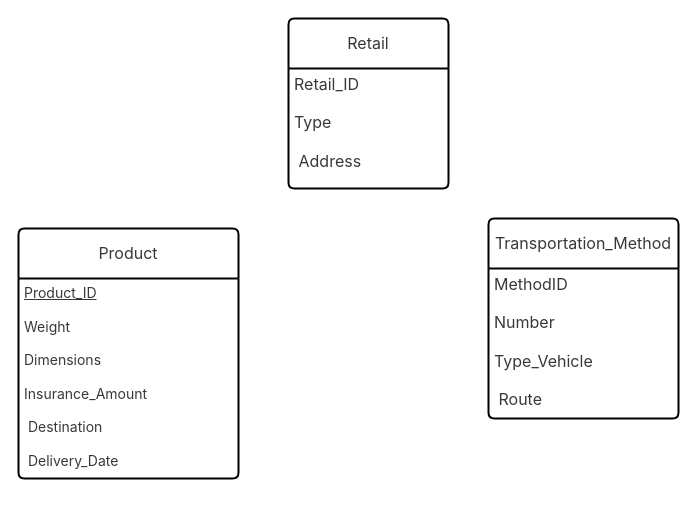
The draw.io diagram Q5.drawio in Amin-Shams/draw-io, before the edit. Source tidied: cells renumbered, new cells numbered last; positions are measured from the earlier drawing's top-left corner, leaving out a move shared by most shapes. Both pictures are drawn from the tidied source at 100%, with x=0, y=0 at pixel (18, 18).
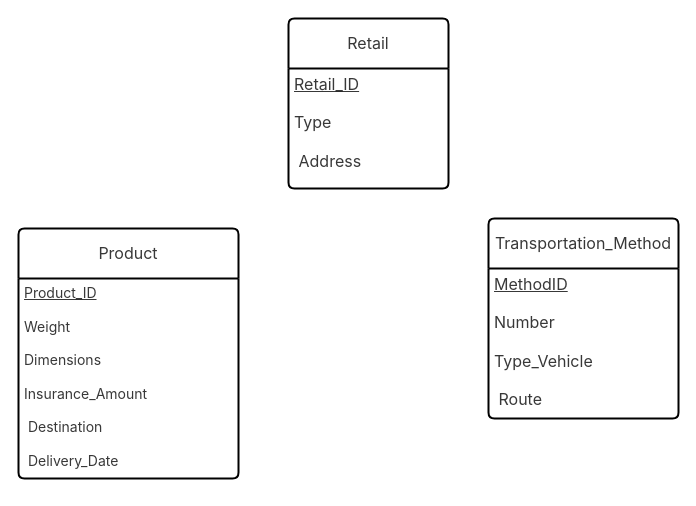
Above is the later version.

Commit message:
specify PK for entity sets in Q5.drawio

What changed in the source:
```diff
@@
 <mxGraphModel>
   <root>
     <mxCell id="0" />
     <mxCell id="1" parent="0" />
     <mxCell id="2" value="&lt;span style=&quot;color: rgba(0, 0, 0, 0.78); font-family: &amp;quot;DM Sans&amp;quot;, -apple-system, BlinkMacSystemFont, &amp;quot;Segoe UI&amp;quot;, Helvetica, Arial, sans-serif, &amp;quot;Apple Color Emoji&amp;quot;, &amp;quot;Segoe UI Emoji&amp;quot;; font-size: 16px; text-align: right; background-color: rgb(255, 255, 255);&quot;&gt;Product&lt;/span&gt;" style="swimlane;horizontal=1;startSize=50;rounded=1;fontSize=14;fontStyle=0;strokeWidth=2;shadow=0;dashed=0;align=center;arcSize=4;whiteSpace=wrap;html=1;" parent="1" vertex="1">
       <mxGeometry y="210" width="220" height="250" as="geometry" />
     </mxCell>
     <mxCell id="3" value="&lt;span style=&quot;color: rgba(0, 0, 0, 0.78); font-family: &amp;quot;DM Sans&amp;quot;, -apple-system, BlinkMacSystemFont, &amp;quot;Segoe UI&amp;quot;, Helvetica, Arial, sans-serif, &amp;quot;Apple Color Emoji&amp;quot;, &amp;quot;Segoe UI Emoji&amp;quot;; font-size: 14px; text-align: right; text-wrap: wrap; background-color: rgb(255, 255, 255);&quot;&gt;&lt;u&gt;Product_ID&lt;/u&gt;&lt;/span&gt;&lt;div&gt;&lt;div style=&quot;text-align: right;&quot;&gt;&lt;font face=&quot;DM Sans, -apple-system, BlinkMacSystemFont, Segoe UI, Helvetica, Arial, sans-serif, Apple Color Emoji, Segoe UI Emoji&quot; color=&quot;rgba(0, 0, 0, 0.78)&quot;&gt;&lt;span style=&quot;font-size: 14px; text-wrap: wrap;&quot;&gt;&lt;br&gt;&lt;/span&gt;&lt;/font&gt;&lt;/div&gt;&lt;div&gt;&lt;span style=&quot;color: rgba(0, 0, 0, 0.78); font-family: &amp;quot;DM Sans&amp;quot;, -apple-system, BlinkMacSystemFont, &amp;quot;Segoe UI&amp;quot;, Helvetica, Arial, sans-serif, &amp;quot;Apple Color Emoji&amp;quot;, &amp;quot;Segoe UI Emoji&amp;quot;; font-size: 14px; text-align: right; text-wrap: wrap; background-color: rgb(255, 255, 255);&quot;&gt;Weight&lt;/span&gt;&lt;/div&gt;&lt;div&gt;&lt;span style=&quot;color: rgba(0, 0, 0, 0.78); font-family: &amp;quot;DM Sans&amp;quot;, -apple-system, BlinkMacSystemFont, &amp;quot;Segoe UI&amp;quot;, Helvetica, Arial, sans-serif, &amp;quot;Apple Color Emoji&amp;quot;, &amp;quot;Segoe UI Emoji&amp;quot;; font-size: 14px; text-align: right; text-wrap: wrap; background-color: rgb(255, 255, 255);&quot;&gt;&lt;br&gt;&lt;/span&gt;&lt;/div&gt;&lt;div&gt;&lt;span style=&quot;color: rgba(0, 0, 0, 0.78); font-family: &amp;quot;DM Sans&amp;quot;, -apple-system, BlinkMacSystemFont, &amp;quot;Segoe UI&amp;quot;, Helvetica, Arial, sans-serif, &amp;quot;Apple Color Emoji&amp;quot;, &amp;quot;Segoe UI Emoji&amp;quot;; font-size: 14px; text-align: right; text-wrap: wrap; background-color: rgb(255, 255, 255);&quot;&gt;Dimensions&lt;/span&gt;&lt;/div&gt;&lt;div&gt;&lt;span style=&quot;color: rgba(0, 0, 0, 0.78); font-family: &amp;quot;DM Sans&amp;quot;, -apple-system, BlinkMacSystemFont, &amp;quot;Segoe UI&amp;quot;, Helvetica, Arial, sans-serif, &amp;quot;Apple Color Emoji&amp;quot;, &amp;quot;Segoe UI Emoji&amp;quot;; font-size: 14px; text-align: right; text-wrap: wrap; background-color: rgb(255, 255, 255);&quot;&gt;&lt;br&gt;&lt;/span&gt;&lt;/div&gt;&lt;div&gt;&lt;span style=&quot;color: rgba(0, 0, 0, 0.78); font-family: &amp;quot;DM Sans&amp;quot;, -apple-system, BlinkMacSystemFont, &amp;quot;Segoe UI&amp;quot;, Helvetica, Arial, sans-serif, &amp;quot;Apple Color Emoji&amp;quot;, &amp;quot;Segoe UI Emoji&amp;quot;; font-size: 14px; text-align: right; text-wrap: wrap; background-color: rgb(255, 255, 255);&quot;&gt;Insurance_Amount&lt;/span&gt;&lt;/div&gt;&lt;div&gt;&lt;span style=&quot;color: rgba(0, 0, 0, 0.78); font-family: &amp;quot;DM Sans&amp;quot;, -apple-system, BlinkMacSystemFont, &amp;quot;Segoe UI&amp;quot;, Helvetica, Arial, sans-serif, &amp;quot;Apple Color Emoji&amp;quot;, &amp;quot;Segoe UI Emoji&amp;quot;; font-size: 14px; text-align: right; text-wrap: wrap; background-color: rgb(255, 255, 255);&quot;&gt;&lt;br&gt;&lt;/span&gt;&lt;/div&gt;&lt;div&gt;&lt;span style=&quot;color: rgba(0, 0, 0, 0.78); font-family: &amp;quot;DM Sans&amp;quot;, -apple-system, BlinkMacSystemFont, &amp;quot;Segoe UI&amp;quot;, Helvetica, Arial, sans-serif, &amp;quot;Apple Color Emoji&amp;quot;, &amp;quot;Segoe UI Emoji&amp;quot;; font-size: 14px; text-align: right; text-wrap: wrap; background-color: rgb(255, 255, 255);&quot;&gt;&amp;nbsp;Destination&lt;/span&gt;&lt;/div&gt;&lt;div&gt;&lt;span style=&quot;color: rgba(0, 0, 0, 0.78); font-family: &amp;quot;DM Sans&amp;quot;, -apple-system, BlinkMacSystemFont, &amp;quot;Segoe UI&amp;quot;, Helvetica, Arial, sans-serif, &amp;quot;Apple Color Emoji&amp;quot;, &amp;quot;Segoe UI Emoji&amp;quot;; font-size: 14px; text-align: right; text-wrap: wrap; background-color: rgb(255, 255, 255);&quot;&gt;&lt;br&gt;&lt;/span&gt;&lt;/div&gt;&lt;div&gt;&lt;span style=&quot;color: rgba(0, 0, 0, 0.78); font-family: &amp;quot;DM Sans&amp;quot;, -apple-system, BlinkMacSystemFont, &amp;quot;Segoe UI&amp;quot;, Helvetica, Arial, sans-serif, &amp;quot;Apple Color Emoji&amp;quot;, &amp;quot;Segoe UI Emoji&amp;quot;; font-size: 14px; text-align: right; text-wrap: wrap; background-color: rgb(255, 255, 255);&quot;&gt;&amp;nbsp;Delivery_Date&lt;/span&gt;&lt;/div&gt;&lt;/div&gt;" style="align=left;strokeColor=none;fillColor=none;spacingLeft=4;fontSize=12;verticalAlign=top;html=1;" parent="2" vertex="1">
       <mxGeometry y="50" width="220" height="200" as="geometry" />
     </mxCell>
     <mxCell id="4" style="edgeStyle=none;curved=1;rounded=0;orthogonalLoop=1;jettySize=auto;html=1;exitX=0.5;exitY=1;exitDx=0;exitDy=0;fontSize=12;startSize=8;endSize=8;" parent="2" edge="1" source="3" target="3">
       <mxGeometry relative="1" as="geometry" />
     </mxCell>
     <mxCell id="5" value="&lt;span style=&quot;color: rgba(0, 0, 0, 0.78); font-family: &amp;quot;DM Sans&amp;quot;, -apple-system, BlinkMacSystemFont, &amp;quot;Segoe UI&amp;quot;, Helvetica, Arial, sans-serif, &amp;quot;Apple Color Emoji&amp;quot;, &amp;quot;Segoe UI Emoji&amp;quot;; font-size: 16px; text-align: right; background-color: rgb(255, 255, 255);&quot;&gt;Retail&lt;/span&gt;" style="swimlane;horizontal=1;startSize=50;rounded=1;fontSize=14;fontStyle=0;strokeWidth=2;shadow=0;dashed=0;align=center;arcSize=4;whiteSpace=wrap;html=1;" parent="1" vertex="1">
       <mxGeometry x="270" width="160" height="170" as="geometry" />
     </mxCell>
-    <mxCell id="6" value="&lt;span style=&quot;color: rgba(0, 0, 0, 0.78); font-family: &amp;quot;DM Sans&amp;quot;, -apple-system, BlinkMacSystemFont, &amp;quot;Segoe UI&amp;quot;, Helvetica, Arial, sans-serif, &amp;quot;Apple Color Emoji&amp;quot;, &amp;quot;Segoe UI Emoji&amp;quot;; font-size: 16px; text-align: right; text-wrap: wrap; background-color: rgb(255, 255, 255);&quot;&gt;Retail_ID&lt;/span&gt;&lt;div&gt;&lt;div style=&quot;text-align: right;&quot;&gt;&lt;font face=&quot;DM Sans, -apple-system, BlinkMacSystemFont, Segoe UI, Helvetica, Arial, sans-serif, Apple Color Emoji, Segoe UI Emoji&quot; color=&quot;rgba(0, 0, 0, 0.78)&quot;&gt;&lt;span style=&quot;font-size: 16px; text-wrap: wrap;&quot;&gt;&lt;br&gt;&lt;/span&gt;&lt;/font&gt;&lt;/div&gt;&lt;div&gt;&lt;span style=&quot;color: rgba(0, 0, 0, 0.78); font-family: &amp;quot;DM Sans&amp;quot;, -apple-system, BlinkMacSystemFont, &amp;quot;Segoe UI&amp;quot;, Helvetica, Arial, sans-serif, &amp;quot;Apple Color Emoji&amp;quot;, &amp;quot;Segoe UI Emoji&amp;quot;; font-size: 16px; text-align: right; text-wrap: wrap; background-color: rgb(255, 255, 255);&quot;&gt;Type&lt;/span&gt;&lt;/div&gt;&lt;div&gt;&lt;span style=&quot;color: rgba(0, 0, 0, 0.78); font-family: &amp;quot;DM Sans&amp;quot;, -apple-system, BlinkMacSystemFont, &amp;quot;Segoe UI&amp;quot;, Helvetica, Arial, sans-serif, &amp;quot;Apple Color Emoji&amp;quot;, &amp;quot;Segoe UI Emoji&amp;quot;; font-size: 16px; text-align: right; text-wrap: wrap; background-color: rgb(255, 255, 255);&quot;&gt;&lt;br&gt;&lt;/span&gt;&lt;/div&gt;&lt;div&gt;&lt;span style=&quot;color: rgba(0, 0, 0, 0.78); font-family: &amp;quot;DM Sans&amp;quot;, -apple-system, BlinkMacSystemFont, &amp;quot;Segoe UI&amp;quot;, Helvetica, Arial, sans-serif, &amp;quot;Apple Color Emoji&amp;quot;, &amp;quot;Segoe UI Emoji&amp;quot;; font-size: 16px; text-align: right; text-wrap: wrap; background-color: rgb(255, 255, 255);&quot;&gt;&amp;nbsp;Address&lt;/span&gt;&lt;/div&gt;&lt;/div&gt;" style="align=left;strokeColor=none;fillColor=none;spacingLeft=4;fontSize=12;verticalAlign=top;html=1;" parent="5" vertex="1">
+    <mxCell id="6" value="&lt;span style=&quot;color: rgba(0, 0, 0, 0.78); font-family: &amp;quot;DM Sans&amp;quot;, -apple-system, BlinkMacSystemFont, &amp;quot;Segoe UI&amp;quot;, Helvetica, Arial, sans-serif, &amp;quot;Apple Color Emoji&amp;quot;, &amp;quot;Segoe UI Emoji&amp;quot;; font-size: 16px; text-align: right; text-wrap: wrap; background-color: rgb(255, 255, 255);&quot;&gt;&lt;u&gt;Retail_ID&lt;/u&gt;&lt;/span&gt;&lt;div&gt;&lt;div style=&quot;text-align: right;&quot;&gt;&lt;font face=&quot;DM Sans, -apple-system, BlinkMacSystemFont, Segoe UI, Helvetica, Arial, sans-serif, Apple Color Emoji, Segoe UI Emoji&quot; color=&quot;rgba(0, 0, 0, 0.78)&quot;&gt;&lt;span style=&quot;font-size: 16px; text-wrap: wrap;&quot;&gt;&lt;br&gt;&lt;/span&gt;&lt;/font&gt;&lt;/div&gt;&lt;div&gt;&lt;span style=&quot;color: rgba(0, 0, 0, 0.78); font-family: &amp;quot;DM Sans&amp;quot;, -apple-system, BlinkMacSystemFont, &amp;quot;Segoe UI&amp;quot;, Helvetica, Arial, sans-serif, &amp;quot;Apple Color Emoji&amp;quot;, &amp;quot;Segoe UI Emoji&amp;quot;; font-size: 16px; text-align: right; text-wrap: wrap; background-color: rgb(255, 255, 255);&quot;&gt;Type&lt;/span&gt;&lt;/div&gt;&lt;div&gt;&lt;span style=&quot;color: rgba(0, 0, 0, 0.78); font-family: &amp;quot;DM Sans&amp;quot;, -apple-system, BlinkMacSystemFont, &amp;quot;Segoe UI&amp;quot;, Helvetica, Arial, sans-serif, &amp;quot;Apple Color Emoji&amp;quot;, &amp;quot;Segoe UI Emoji&amp;quot;; font-size: 16px; text-align: right; text-wrap: wrap; background-color: rgb(255, 255, 255);&quot;&gt;&lt;br&gt;&lt;/span&gt;&lt;/div&gt;&lt;div&gt;&lt;span style=&quot;color: rgba(0, 0, 0, 0.78); font-family: &amp;quot;DM Sans&amp;quot;, -apple-system, BlinkMacSystemFont, &amp;quot;Segoe UI&amp;quot;, Helvetica, Arial, sans-serif, &amp;quot;Apple Color Emoji&amp;quot;, &amp;quot;Segoe UI Emoji&amp;quot;; font-size: 16px; text-align: right; text-wrap: wrap; background-color: rgb(255, 255, 255);&quot;&gt;&amp;nbsp;Address&lt;/span&gt;&lt;/div&gt;&lt;/div&gt;" style="align=left;strokeColor=none;fillColor=none;spacingLeft=4;fontSize=12;verticalAlign=top;html=1;" parent="5" vertex="1">
       <mxGeometry y="50" width="160" height="120" as="geometry" />
     </mxCell>
     <mxCell id="7" value="&lt;span style=&quot;color: rgba(0, 0, 0, 0.78); font-family: &amp;quot;DM Sans&amp;quot;, -apple-system, BlinkMacSystemFont, &amp;quot;Segoe UI&amp;quot;, Helvetica, Arial, sans-serif, &amp;quot;Apple Color Emoji&amp;quot;, &amp;quot;Segoe UI Emoji&amp;quot;; font-size: 16px; text-align: right; background-color: rgb(255, 255, 255);&quot;&gt;Transportation_Method&lt;/span&gt;" style="swimlane;horizontal=1;startSize=50;rounded=1;fontSize=14;fontStyle=0;strokeWidth=2;shadow=0;dashed=0;align=center;arcSize=4;whiteSpace=wrap;html=1;" parent="1" vertex="1">
       <mxGeometry x="470" y="200" width="190" height="200" as="geometry" />
     </mxCell>
-    <mxCell id="8" value="&lt;span style=&quot;color: rgba(0, 0, 0, 0.78); font-family: &amp;quot;DM Sans&amp;quot;, -apple-system, BlinkMacSystemFont, &amp;quot;Segoe UI&amp;quot;, Helvetica, Arial, sans-serif, &amp;quot;Apple Color Emoji&amp;quot;, &amp;quot;Segoe UI Emoji&amp;quot;; font-size: 16px; text-align: right; text-wrap: wrap; background-color: rgb(255, 255, 255);&quot;&gt;MethodID&lt;/span&gt;&lt;div&gt;&lt;div style=&quot;text-align: right;&quot;&gt;&lt;font face=&quot;DM Sans, -apple-system, BlinkMacSystemFont, Segoe UI, Helvetica, Arial, sans-serif, Apple Color Emoji, Segoe UI Emoji&quot; color=&quot;rgba(0, 0, 0, 0.78)&quot;&gt;&lt;span style=&quot;font-size: 16px; text-wrap: wrap;&quot;&gt;&lt;br&gt;&lt;/span&gt;&lt;/font&gt;&lt;/div&gt;&lt;div&gt;&lt;span style=&quot;color: rgba(0, 0, 0, 0.78); font-family: &amp;quot;DM Sans&amp;quot;, -apple-system, BlinkMacSystemFont, &amp;quot;Segoe UI&amp;quot;, Helvetica, Arial, sans-serif, &amp;quot;Apple Color Emoji&amp;quot;, &amp;quot;Segoe UI Emoji&amp;quot;; font-size: 16px; text-align: right; text-wrap: wrap; background-color: rgb(255, 255, 255);&quot;&gt;Number&lt;/span&gt;&lt;/div&gt;&lt;div&gt;&lt;span style=&quot;color: rgba(0, 0, 0, 0.78); font-family: &amp;quot;DM Sans&amp;quot;, -apple-system, BlinkMacSystemFont, &amp;quot;Segoe UI&amp;quot;, Helvetica, Arial, sans-serif, &amp;quot;Apple Color Emoji&amp;quot;, &amp;quot;Segoe UI Emoji&amp;quot;; font-size: 16px; text-align: right; text-wrap: wrap; background-color: rgb(255, 255, 255);&quot;&gt;&lt;br&gt;&lt;/span&gt;&lt;/div&gt;&lt;div&gt;&lt;span style=&quot;color: rgba(0, 0, 0, 0.78); font-family: &amp;quot;DM Sans&amp;quot;, -apple-system, BlinkMacSystemFont, &amp;quot;Segoe UI&amp;quot;, Helvetica, Arial, sans-serif, &amp;quot;Apple Color Emoji&amp;quot;, &amp;quot;Segoe UI Emoji&amp;quot;; font-size: 16px; text-align: right; text-wrap: wrap; background-color: rgb(255, 255, 255);&quot;&gt;Type_Vehicle&lt;/span&gt;&lt;/div&gt;&lt;div&gt;&lt;span style=&quot;color: rgba(0, 0, 0, 0.78); font-family: &amp;quot;DM Sans&amp;quot;, -apple-system, BlinkMacSystemFont, &amp;quot;Segoe UI&amp;quot;, Helvetica, Arial, sans-serif, &amp;quot;Apple Color Emoji&amp;quot;, &amp;quot;Segoe UI Emoji&amp;quot;; font-size: 16px; text-align: right; text-wrap: wrap; background-color: rgb(255, 255, 255);&quot;&gt;&lt;br&gt;&lt;/span&gt;&lt;/div&gt;&lt;div&gt;&lt;span style=&quot;color: rgba(0, 0, 0, 0.78); font-family: &amp;quot;DM Sans&amp;quot;, -apple-system, BlinkMacSystemFont, &amp;quot;Segoe UI&amp;quot;, Helvetica, Arial, sans-serif, &amp;quot;Apple Color Emoji&amp;quot;, &amp;quot;Segoe UI Emoji&amp;quot;; font-size: 16px; text-align: right; text-wrap: wrap; background-color: rgb(255, 255, 255);&quot;&gt;&amp;nbsp;Route&lt;/span&gt;&lt;/div&gt;&lt;/div&gt;" style="align=left;strokeColor=none;fillColor=none;spacingLeft=4;fontSize=12;verticalAlign=top;html=1;" parent="7" vertex="1">
+    <mxCell id="8" value="&lt;span style=&quot;color: rgba(0, 0, 0, 0.78); font-family: &amp;quot;DM Sans&amp;quot;, -apple-system, BlinkMacSystemFont, &amp;quot;Segoe UI&amp;quot;, Helvetica, Arial, sans-serif, &amp;quot;Apple Color Emoji&amp;quot;, &amp;quot;Segoe UI Emoji&amp;quot;; font-size: 16px; text-align: right; text-wrap: wrap; background-color: rgb(255, 255, 255);&quot;&gt;&lt;u&gt;MethodID&lt;/u&gt;&lt;/span&gt;&lt;div&gt;&lt;div style=&quot;text-align: right;&quot;&gt;&lt;font face=&quot;DM Sans, -apple-system, BlinkMacSystemFont, Segoe UI, Helvetica, Arial, sans-serif, Apple Color Emoji, Segoe UI Emoji&quot; color=&quot;rgba(0, 0, 0, 0.78)&quot;&gt;&lt;span style=&quot;font-size: 16px; text-wrap: wrap;&quot;&gt;&lt;br&gt;&lt;/span&gt;&lt;/font&gt;&lt;/div&gt;&lt;div&gt;&lt;span style=&quot;color: rgba(0, 0, 0, 0.78); font-family: &amp;quot;DM Sans&amp;quot;, -apple-system, BlinkMacSystemFont, &amp;quot;Segoe UI&amp;quot;, Helvetica, Arial, sans-serif, &amp;quot;Apple Color Emoji&amp;quot;, &amp;quot;Segoe UI Emoji&amp;quot;; font-size: 16px; text-align: right; text-wrap: wrap; background-color: rgb(255, 255, 255);&quot;&gt;Number&lt;/span&gt;&lt;/div&gt;&lt;div&gt;&lt;span style=&quot;color: rgba(0, 0, 0, 0.78); font-family: &amp;quot;DM Sans&amp;quot;, -apple-system, BlinkMacSystemFont, &amp;quot;Segoe UI&amp;quot;, Helvetica, Arial, sans-serif, &amp;quot;Apple Color Emoji&amp;quot;, &amp;quot;Segoe UI Emoji&amp;quot;; font-size: 16px; text-align: right; text-wrap: wrap; background-color: rgb(255, 255, 255);&quot;&gt;&lt;br&gt;&lt;/span&gt;&lt;/div&gt;&lt;div&gt;&lt;span style=&quot;color: rgba(0, 0, 0, 0.78); font-family: &amp;quot;DM Sans&amp;quot;, -apple-system, BlinkMacSystemFont, &amp;quot;Segoe UI&amp;quot;, Helvetica, Arial, sans-serif, &amp;quot;Apple Color Emoji&amp;quot;, &amp;quot;Segoe UI Emoji&amp;quot;; font-size: 16px; text-align: right; text-wrap: wrap; background-color: rgb(255, 255, 255);&quot;&gt;Type_Vehicle&lt;/span&gt;&lt;/div&gt;&lt;div&gt;&lt;span style=&quot;color: rgba(0, 0, 0, 0.78); font-family: &amp;quot;DM Sans&amp;quot;, -apple-system, BlinkMacSystemFont, &amp;quot;Segoe UI&amp;quot;, Helvetica, Arial, sans-serif, &amp;quot;Apple Color Emoji&amp;quot;, &amp;quot;Segoe UI Emoji&amp;quot;; font-size: 16px; text-align: right; text-wrap: wrap; background-color: rgb(255, 255, 255);&quot;&gt;&lt;br&gt;&lt;/span&gt;&lt;/div&gt;&lt;div&gt;&lt;span style=&quot;color: rgba(0, 0, 0, 0.78); font-family: &amp;quot;DM Sans&amp;quot;, -apple-system, BlinkMacSystemFont, &amp;quot;Segoe UI&amp;quot;, Helvetica, Arial, sans-serif, &amp;quot;Apple Color Emoji&amp;quot;, &amp;quot;Segoe UI Emoji&amp;quot;; font-size: 16px; text-align: right; text-wrap: wrap; background-color: rgb(255, 255, 255);&quot;&gt;&amp;nbsp;Route&lt;/span&gt;&lt;/div&gt;&lt;/div&gt;" style="align=left;strokeColor=none;fillColor=none;spacingLeft=4;fontSize=12;verticalAlign=top;html=1;" parent="7" vertex="1">
       <mxGeometry y="50" width="190" height="150" as="geometry" />
     </mxCell>
   </root>
 </mxGraphModel>
```
